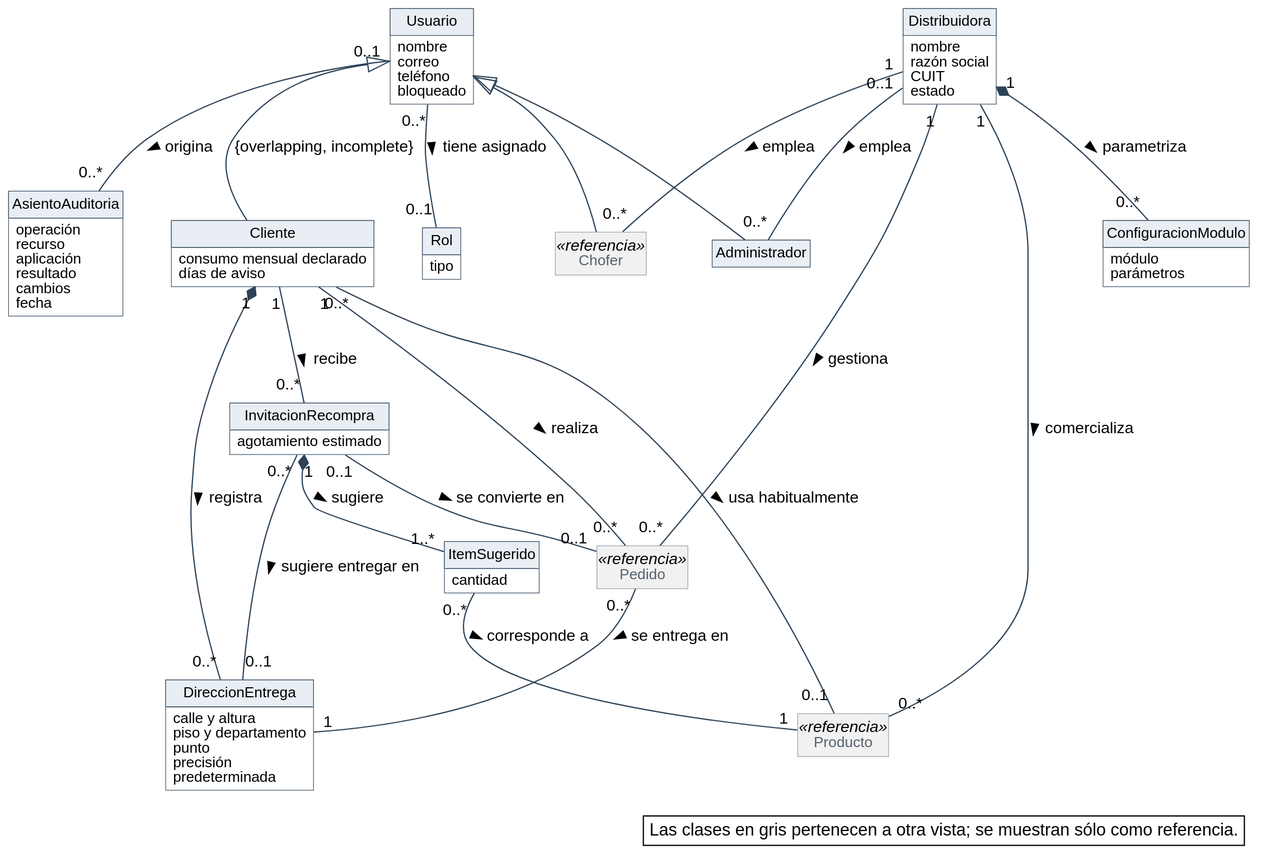
Earlier version of the PlantUML export diagramas/modelo-conceptual/MC_Usuarios-y-cuentas.svg (Nahuelito-Dev/splg-docs).
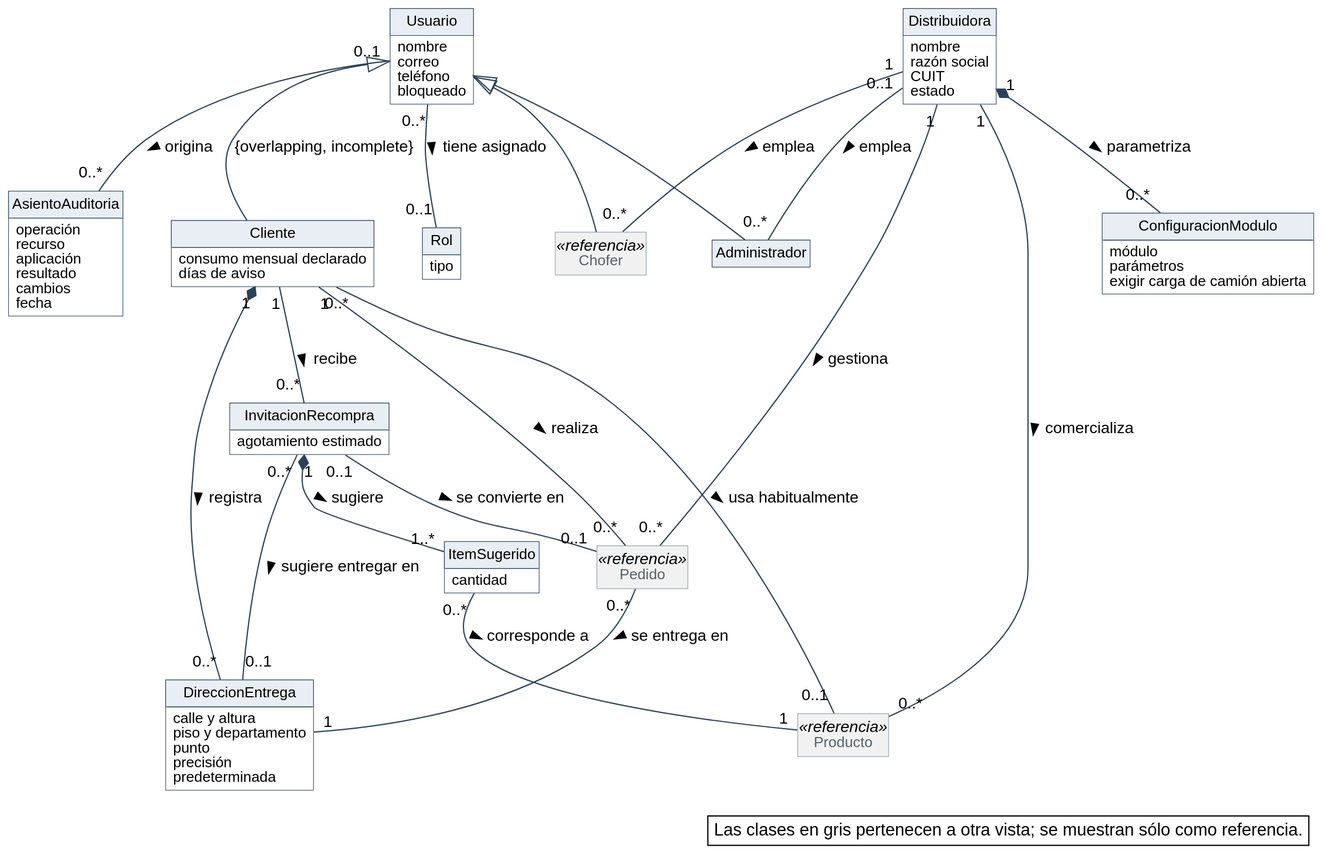
After the change.

What changed in the source:
```diff
@@ -54,6 +54,7 @@
 class ConfiguracionModulo {
   módulo
   parámetros
+  exigir carga de camión abierta
 }
 class AsientoAuditoria {
   operación
```
